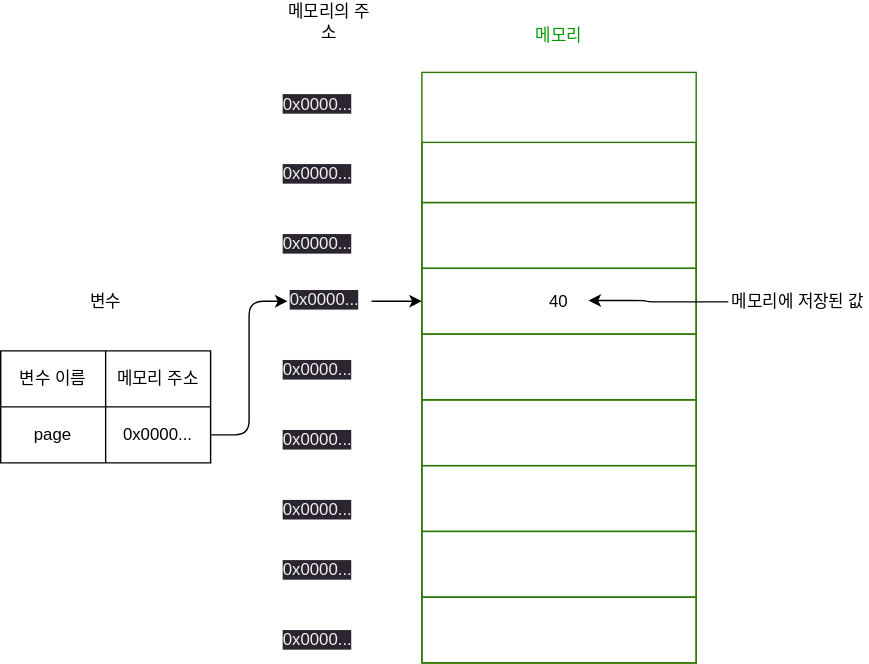
This is JavaScript/변수/var-structure.drawio.svg from daniel-juyeon-kim/archive, a draw.io export, as it was before one commit. Source tidied: cells renumbered, new cells last; positions are measured from the earlier drawing's top-left corner, leaving out a move shared by most shapes.
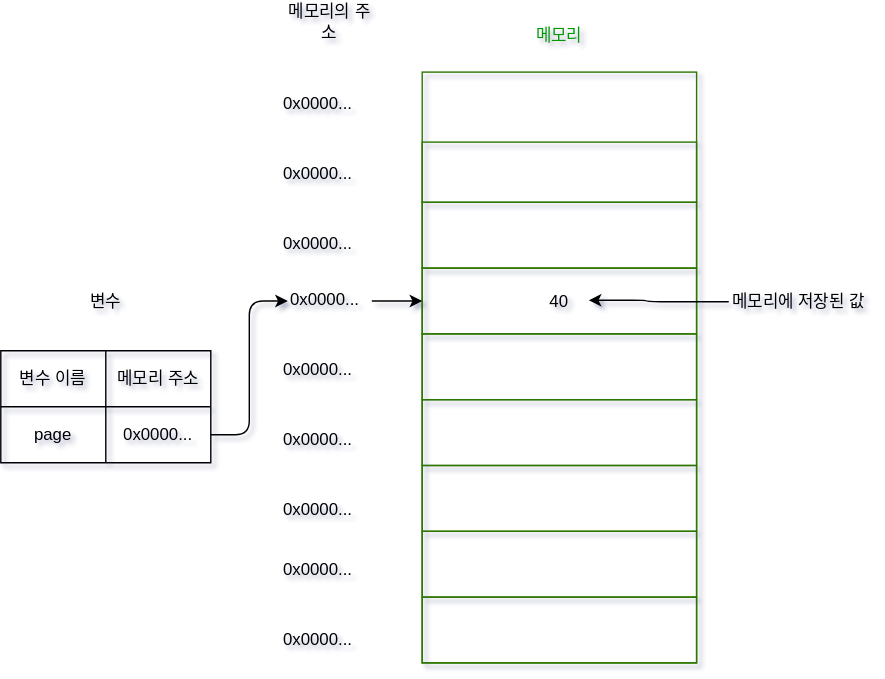
After the commit.

Change to the diagram source:
```diff
@@ -1,4 +1,4 @@
-<mxGraphModel>
+<mxGraphModel shadow="1">
   <root>
     <mxCell id="0" />
     <mxCell id="1" parent="0" />
@@ -86,7 +86,7 @@
     <mxCell id="29" style="edgeStyle=orthogonalEdgeStyle;shape=connector;rounded=1;html=1;labelBackgroundColor=default;strokeColor=default;fontFamily=Helvetica;fontSize=11;fontColor=#009900;endArrow=classic;" parent="1" edge="1" source="30" target="17">
       <mxGeometry relative="1" as="geometry" />
     </mxCell>
-    <mxCell id="30" value="&lt;meta charset=&quot;utf-8&quot;&gt;&lt;span style=&quot;color: rgb(240, 240, 240); font-family: Helvetica; font-size: 12px; font-style: normal; font-variant-ligatures: normal; font-variant-caps: normal; font-weight: 400; letter-spacing: normal; orphans: 2; text-align: center; text-indent: 0px; text-transform: none; widows: 2; word-spacing: 0px; -webkit-text-stroke-width: 0px; background-color: rgb(42, 37, 47); text-decoration-thickness: initial; text-decoration-style: initial; text-decoration-color: initial; float: none; display: inline !important;&quot;&gt;0x0000...&lt;/span&gt;" style="text;whiteSpace=wrap;html=1;" parent="1" vertex="1">
+    <mxCell id="30" value="0x0000..." style="text;whiteSpace=wrap;" parent="1" vertex="1">
       <mxGeometry x="205" y="199.5" width="60" height="30" as="geometry" />
     </mxCell>
     <mxCell id="31" value="메모리" style="text;html=1;strokeColor=none;fillColor=none;align=center;verticalAlign=middle;whiteSpace=wrap;rounded=0;fontColor=#009900;strokeWidth=3;" parent="1" vertex="1">
@@ -110,28 +110,28 @@
         </Array>
       </mxGeometry>
     </mxCell>
-    <mxCell id="36" value="&lt;meta charset=&quot;utf-8&quot;&gt;&lt;span style=&quot;color: rgb(240, 240, 240); font-family: Helvetica; font-size: 12px; font-style: normal; font-variant-ligatures: normal; font-variant-caps: normal; font-weight: 400; letter-spacing: normal; orphans: 2; text-align: center; text-indent: 0px; text-transform: none; widows: 2; word-spacing: 0px; -webkit-text-stroke-width: 0px; background-color: rgb(42, 37, 47); text-decoration-thickness: initial; text-decoration-style: initial; text-decoration-color: initial; float: none; display: inline !important;&quot;&gt;0x0000...&lt;/span&gt;" style="text;whiteSpace=wrap;html=1;" parent="1" vertex="1">
+    <mxCell id="36" value="0x0000..." style="text;whiteSpace=wrap;fillColor=none;" parent="1" vertex="1">
       <mxGeometry x="200" y="60" width="60" height="30" as="geometry" />
     </mxCell>
-    <mxCell id="37" value="&lt;meta charset=&quot;utf-8&quot;&gt;&lt;span style=&quot;color: rgb(240, 240, 240); font-family: Helvetica; font-size: 12px; font-style: normal; font-variant-ligatures: normal; font-variant-caps: normal; font-weight: 400; letter-spacing: normal; orphans: 2; text-align: center; text-indent: 0px; text-transform: none; widows: 2; word-spacing: 0px; -webkit-text-stroke-width: 0px; background-color: rgb(42, 37, 47); text-decoration-thickness: initial; text-decoration-style: initial; text-decoration-color: initial; float: none; display: inline !important;&quot;&gt;0x0000...&lt;/span&gt;" style="text;whiteSpace=wrap;html=1;" parent="1" vertex="1">
+    <mxCell id="37" value="0x0000..." style="text;whiteSpace=wrap;" parent="1" vertex="1">
       <mxGeometry x="200" y="110" width="60" height="30" as="geometry" />
     </mxCell>
-    <mxCell id="38" value="&lt;meta charset=&quot;utf-8&quot;&gt;&lt;span style=&quot;color: rgb(240, 240, 240); font-family: Helvetica; font-size: 12px; font-style: normal; font-variant-ligatures: normal; font-variant-caps: normal; font-weight: 400; letter-spacing: normal; orphans: 2; text-align: center; text-indent: 0px; text-transform: none; widows: 2; word-spacing: 0px; -webkit-text-stroke-width: 0px; background-color: rgb(42, 37, 47); text-decoration-thickness: initial; text-decoration-style: initial; text-decoration-color: initial; float: none; display: inline !important;&quot;&gt;0x0000...&lt;/span&gt;" style="text;whiteSpace=wrap;html=1;" parent="1" vertex="1">
+    <mxCell id="38" value="0x0000..." style="text;whiteSpace=wrap;" parent="1" vertex="1">
       <mxGeometry x="200" y="160" width="60" height="30" as="geometry" />
     </mxCell>
-    <mxCell id="39" value="&lt;meta charset=&quot;utf-8&quot;&gt;&lt;span style=&quot;color: rgb(240, 240, 240); font-family: Helvetica; font-size: 12px; font-style: normal; font-variant-ligatures: normal; font-variant-caps: normal; font-weight: 400; letter-spacing: normal; orphans: 2; text-align: center; text-indent: 0px; text-transform: none; widows: 2; word-spacing: 0px; -webkit-text-stroke-width: 0px; background-color: rgb(42, 37, 47); text-decoration-thickness: initial; text-decoration-style: initial; text-decoration-color: initial; float: none; display: inline !important;&quot;&gt;0x0000...&lt;/span&gt;" style="text;whiteSpace=wrap;html=1;" parent="1" vertex="1">
+    <mxCell id="39" value="0x0000..." style="text;whiteSpace=wrap;" parent="1" vertex="1">
       <mxGeometry x="200" y="250" width="60" height="30" as="geometry" />
     </mxCell>
-    <mxCell id="40" value="&lt;meta charset=&quot;utf-8&quot;&gt;&lt;span style=&quot;color: rgb(240, 240, 240); font-family: Helvetica; font-size: 12px; font-style: normal; font-variant-ligatures: normal; font-variant-caps: normal; font-weight: 400; letter-spacing: normal; orphans: 2; text-align: center; text-indent: 0px; text-transform: none; widows: 2; word-spacing: 0px; -webkit-text-stroke-width: 0px; background-color: rgb(42, 37, 47); text-decoration-thickness: initial; text-decoration-style: initial; text-decoration-color: initial; float: none; display: inline !important;&quot;&gt;0x0000...&lt;/span&gt;" style="text;whiteSpace=wrap;html=1;" parent="1" vertex="1">
+    <mxCell id="40" value="0x0000..." style="text;whiteSpace=wrap;" parent="1" vertex="1">
       <mxGeometry x="200" y="300" width="60" height="30" as="geometry" />
     </mxCell>
-    <mxCell id="41" value="&lt;meta charset=&quot;utf-8&quot;&gt;&lt;span style=&quot;color: rgb(240, 240, 240); font-family: Helvetica; font-size: 12px; font-style: normal; font-variant-ligatures: normal; font-variant-caps: normal; font-weight: 400; letter-spacing: normal; orphans: 2; text-align: center; text-indent: 0px; text-transform: none; widows: 2; word-spacing: 0px; -webkit-text-stroke-width: 0px; background-color: rgb(42, 37, 47); text-decoration-thickness: initial; text-decoration-style: initial; text-decoration-color: initial; float: none; display: inline !important;&quot;&gt;0x0000...&lt;/span&gt;" style="text;whiteSpace=wrap;html=1;" parent="1" vertex="1">
+    <mxCell id="41" value="0x0000..." style="text;whiteSpace=wrap;" parent="1" vertex="1">
       <mxGeometry x="200" y="350" width="60" height="30" as="geometry" />
     </mxCell>
-    <mxCell id="42" value="&lt;meta charset=&quot;utf-8&quot;&gt;&lt;span style=&quot;color: rgb(240, 240, 240); font-family: Helvetica; font-size: 12px; font-style: normal; font-variant-ligatures: normal; font-variant-caps: normal; font-weight: 400; letter-spacing: normal; orphans: 2; text-align: center; text-indent: 0px; text-transform: none; widows: 2; word-spacing: 0px; -webkit-text-stroke-width: 0px; background-color: rgb(42, 37, 47); text-decoration-thickness: initial; text-decoration-style: initial; text-decoration-color: initial; float: none; display: inline !important;&quot;&gt;0x0000...&lt;/span&gt;" style="text;whiteSpace=wrap;html=1;" parent="1" vertex="1">
+    <mxCell id="42" value="0x0000..." style="text;whiteSpace=wrap;" parent="1" vertex="1">
       <mxGeometry x="200" y="393" width="60" height="30" as="geometry" />
     </mxCell>
-    <mxCell id="43" value="&lt;meta charset=&quot;utf-8&quot;&gt;&lt;span style=&quot;color: rgb(240, 240, 240); font-family: Helvetica; font-size: 12px; font-style: normal; font-variant-ligatures: normal; font-variant-caps: normal; font-weight: 400; letter-spacing: normal; orphans: 2; text-align: center; text-indent: 0px; text-transform: none; widows: 2; word-spacing: 0px; -webkit-text-stroke-width: 0px; background-color: rgb(42, 37, 47); text-decoration-thickness: initial; text-decoration-style: initial; text-decoration-color: initial; float: none; display: inline !important;&quot;&gt;0x0000...&lt;/span&gt;" style="text;whiteSpace=wrap;html=1;" parent="1" vertex="1">
+    <mxCell id="43" value="0x0000..." style="text;whiteSpace=wrap;" parent="1" vertex="1">
       <mxGeometry x="200" y="443" width="60" height="30" as="geometry" />
     </mxCell>
   </root>
```
